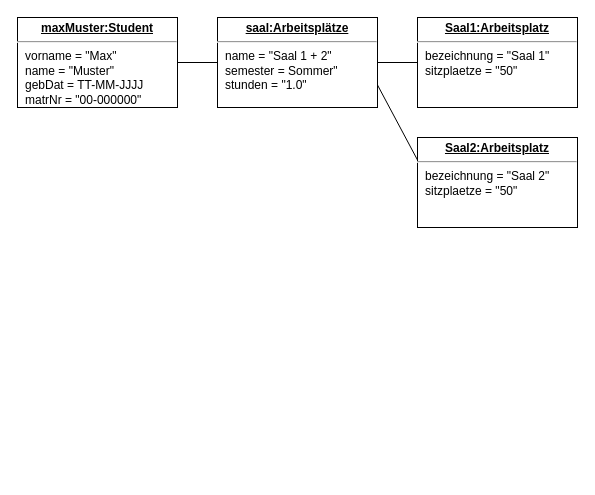
The draw.io diagram page "Gruppe A Klassendiagramm" (2 of 2) of Gruppearbeit A Anwendungsfalldiagramm.drawio in hantinguyen/hello-world, before the edit. Source tidied: cells renumbered, new cells numbered last; positions are measured from the earlier drawing's top-left corner, leaving out a move shared by most shapes. Both pictures are drawn from the tidied source at 100%, with x=0, y=0 at pixel (17, 17).
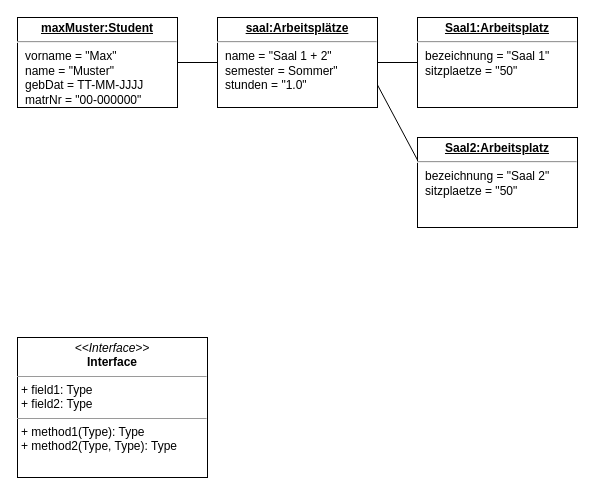
Above is the later version.

Diff of the diagram source:
```diff
@@
 <mxGraphModel>
   <root>
     <mxCell id="0" />
     <mxCell id="1" parent="0" />
     <mxCell id="2" style="edgeStyle=none;rounded=0;jettySize=auto;html=1;startArrow=none;startFill=0;endArrow=none;endFill=0;strokeWidth=1;" parent="1" edge="1" source="3" target="6">
       <mxGeometry relative="1" as="geometry" />
     </mxCell>
     <mxCell id="3" value="&lt;p style=&quot;margin:0px;margin-top:4px;text-align:center;text-decoration:underline;&quot;&gt;&lt;b&gt;maxMuster:Student&lt;/b&gt;&lt;/p&gt;&lt;hr&gt;&lt;p style=&quot;margin:0px;margin-left:8px;&quot;&gt;vorname = &quot;Max&quot;&lt;br&gt;name = &quot;Muster&quot;&lt;br&gt;gebDat = TT-MM-JJJJ&lt;/p&gt;&lt;p style=&quot;margin:0px;margin-left:8px;&quot;&gt;matrNr = &quot;00-000000&quot;&lt;/p&gt;" style="verticalAlign=top;align=left;overflow=fill;fontSize=12;fontFamily=Helvetica;html=1;" parent="1" vertex="1">
       <mxGeometry width="160" height="90" as="geometry" />
     </mxCell>
     <mxCell id="4" style="edgeStyle=none;rounded=0;jettySize=auto;html=1;startArrow=none;startFill=0;endArrow=none;endFill=0;strokeWidth=1;" parent="1" edge="1" source="6" target="7">
       <mxGeometry relative="1" as="geometry" />
     </mxCell>
     <mxCell id="5" style="edgeStyle=none;rounded=0;jettySize=auto;html=1;startArrow=none;startFill=0;endArrow=none;endFill=0;strokeWidth=1;exitX=1;exitY=0.75;exitDx=0;exitDy=0;entryX=0;entryY=0.25;entryDx=0;entryDy=0;" parent="1" edge="1" source="6" target="8">
       <mxGeometry relative="1" as="geometry" />
     </mxCell>
     <mxCell id="6" value="&lt;p style=&quot;margin:0px;margin-top:4px;text-align:center;text-decoration:underline;&quot;&gt;&lt;b&gt;saal:Arbeitsplätze&lt;/b&gt;&lt;/p&gt;&lt;hr&gt;&lt;p style=&quot;margin:0px;margin-left:8px;&quot;&gt;name = &quot;Saal 1 + 2&quot;&lt;br&gt;semester = Sommer&quot;&lt;/p&gt;&lt;p style=&quot;margin:0px;margin-left:8px;&quot;&gt;stunden = &quot;1.0&quot;&lt;/p&gt;" style="verticalAlign=top;align=left;overflow=fill;fontSize=12;fontFamily=Helvetica;html=1;" parent="1" vertex="1">
       <mxGeometry x="200" width="160" height="90" as="geometry" />
     </mxCell>
     <mxCell id="7" value="&lt;p style=&quot;margin:0px;margin-top:4px;text-align:center;text-decoration:underline;&quot;&gt;&lt;b&gt;Saal1:Arbeitsplatz&lt;/b&gt;&lt;/p&gt;&lt;hr&gt;&lt;p style=&quot;margin:0px;margin-left:8px;&quot;&gt;bezeichnung = &quot;Saal 1&quot;&lt;br&gt;sitzplaetze = &quot;50&quot;&lt;/p&gt;&lt;p style=&quot;margin:0px;margin-left:8px;&quot;&gt;&lt;br&gt;&lt;/p&gt;" style="verticalAlign=top;align=left;overflow=fill;fontSize=12;fontFamily=Helvetica;html=1;" parent="1" vertex="1">
       <mxGeometry x="400" width="160" height="90" as="geometry" />
     </mxCell>
     <mxCell id="8" value="&lt;p style=&quot;margin:0px;margin-top:4px;text-align:center;text-decoration:underline;&quot;&gt;&lt;b&gt;Saal2:Arbeitsplatz&lt;/b&gt;&lt;/p&gt;&lt;hr&gt;&lt;p style=&quot;margin:0px;margin-left:8px;&quot;&gt;bezeichnung = &quot;Saal 2&quot;&lt;br&gt;sitzplaetze = &quot;50&quot;&lt;/p&gt;&lt;p style=&quot;margin:0px;margin-left:8px;&quot;&gt;&lt;br&gt;&lt;/p&gt;" style="verticalAlign=top;align=left;overflow=fill;fontSize=12;fontFamily=Helvetica;html=1;" parent="1" vertex="1">
       <mxGeometry x="400" y="120" width="160" height="90" as="geometry" />
     </mxCell>
+    <mxCell id="9" value="&lt;p style=&quot;margin:0px;margin-top:4px;text-align:center;&quot;&gt;&lt;i&gt;&amp;lt;&amp;lt;Interface&amp;gt;&amp;gt;&lt;/i&gt;&lt;br/&gt;&lt;b&gt;Interface&lt;/b&gt;&lt;/p&gt;&lt;hr size=&quot;1&quot;/&gt;&lt;p style=&quot;margin:0px;margin-left:4px;&quot;&gt;+ field1: Type&lt;br/&gt;+ field2: Type&lt;/p&gt;&lt;hr size=&quot;1&quot;/&gt;&lt;p style=&quot;margin:0px;margin-left:4px;&quot;&gt;+ method1(Type): Type&lt;br/&gt;+ method2(Type, Type): Type&lt;/p&gt;" style="verticalAlign=top;align=left;overflow=fill;fontSize=12;fontFamily=Helvetica;html=1;" parent="1" vertex="1">
+      <mxGeometry y="320" width="190" height="140" as="geometry" />
+    </mxCell>
   </root>
 </mxGraphModel>
```
